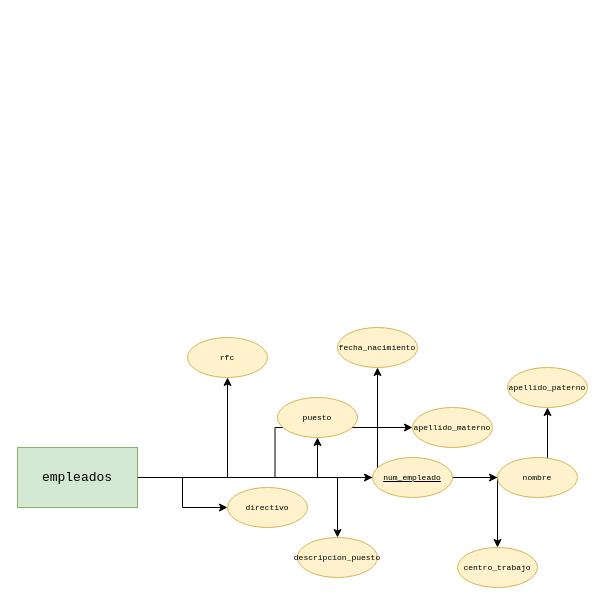
This is LengProgII/uni_db-entidad-relacion.drawio from Godllyra/IDS, a draw.io file, before an edit. Source tidied: cells renumbered, new cells numbered last; positions are measured from the earlier drawing's top-left corner, leaving out a move shared by most shapes. Both pictures are drawn from the tidied source at 100%, with x=0, y=0 at pixel (17, 327).
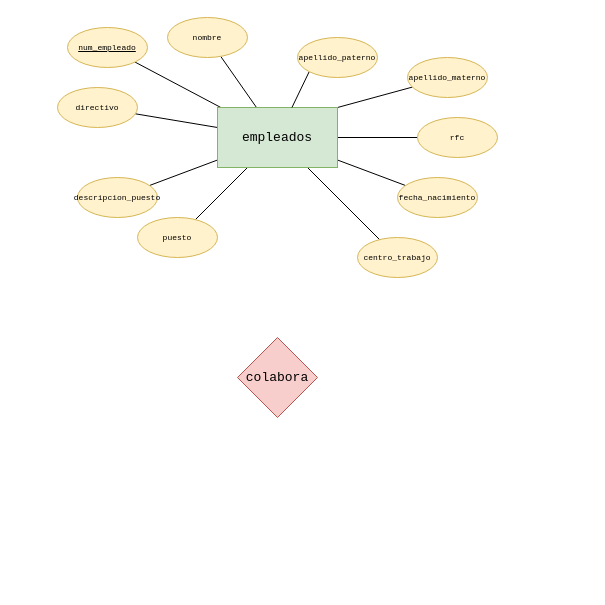
After the change.

Change to the diagram source:
```diff
@@
-    <mxCell id="2" style="edgeStyle=orthogonalEdgeStyle;rounded=0;jettySize=auto;html=1;" parent="1" edge="1" source="12" target="13">
+    <mxCell id="2" style="rounded=0;jettySize=auto;html=1;endArrow=none;endFill=0;" parent="1" edge="1" source="12" target="13">
       <mxGeometry relative="1" as="geometry" />
     </mxCell>
-    <mxCell id="3" style="edgeStyle=orthogonalEdgeStyle;rounded=0;jettySize=auto;html=1;" parent="1" edge="1" source="12" target="14">
+    <mxCell id="3" style="rounded=0;jettySize=auto;html=1;endArrow=none;endFill=0;" parent="1" edge="1" source="12" target="14">
       <mxGeometry relative="1" as="geometry" />
     </mxCell>
-    <mxCell id="4" style="edgeStyle=orthogonalEdgeStyle;rounded=0;jettySize=auto;html=1;" parent="1" edge="1" source="12" target="16">
+    <mxCell id="4" style="rounded=0;jettySize=auto;html=1;endArrow=none;endFill=0;" parent="1" edge="1" source="12" target="16">
       <mxGeometry relative="1" as="geometry" />
     </mxCell>
-    <mxCell id="5" style="edgeStyle=orthogonalEdgeStyle;rounded=0;jettySize=auto;html=1;" parent="1" edge="1" source="12" target="18">
+    <mxCell id="5" style="rounded=0;jettySize=auto;html=1;endArrow=none;endFill=0;" parent="1" edge="1" source="12" target="18">
       <mxGeometry relative="1" as="geometry" />
     </mxCell>
-    <mxCell id="6" style="edgeStyle=orthogonalEdgeStyle;rounded=0;jettySize=auto;html=1;" parent="1" edge="1" source="12" target="15">
+    <mxCell id="6" style="rounded=0;jettySize=auto;html=1;endArrow=none;endFill=0;" parent="1" edge="1" source="12" target="15">
       <mxGeometry relative="1" as="geometry" />
     </mxCell>
-    <mxCell id="7" style="edgeStyle=orthogonalEdgeStyle;rounded=0;jettySize=auto;html=1;" parent="1" edge="1" source="12" target="19">
-      <mxGeometry relative="1" as="geometry" />
-    </mxCell>
-    <mxCell id="8" style="edgeStyle=orthogonalEdgeStyle;rounded=0;jettySize=auto;html=1;" parent="1" edge="1" source="12" target="22">
+    <mxCell id="8" style="rounded=0;jettySize=auto;html=1;endArrow=none;endFill=0;" parent="1" edge="1" source="12" target="22">
       <mxGeometry relative="1" as="geometry" />
     </mxCell>
-    <mxCell id="9" style="edgeStyle=orthogonalEdgeStyle;rounded=0;jettySize=auto;html=1;" parent="1" edge="1" source="12" target="21">
+    <mxCell id="9" style="rounded=0;jettySize=auto;html=1;endArrow=none;endFill=0;" parent="1" edge="1" source="12" target="21">
       <mxGeometry relative="1" as="geometry" />
     </mxCell>
-    <mxCell id="10" style="edgeStyle=orthogonalEdgeStyle;rounded=0;jettySize=auto;html=1;" parent="1" edge="1" source="12" target="17">
+    <mxCell id="10" style="rounded=0;jettySize=auto;html=1;endArrow=none;endFill=0;" parent="1" edge="1" source="12" target="17">
       <mxGeometry relative="1" as="geometry" />
     </mxCell>
-    <mxCell id="11" style="edgeStyle=orthogonalEdgeStyle;rounded=0;jettySize=auto;html=1;" parent="1" edge="1" source="12" target="20">
-      <mxGeometry relative="1" as="geometry" />
-    </mxCell>
+    <mxCell id="7" style="rounded=0;jettySize=auto;html=1;exitX=1;exitY=0;exitDx=0;exitDy=0;endArrow=none;endFill=0;" parent="1" edge="1" source="12" target="19">
+      <mxGeometry relative="1" as="geometry" />
+    </mxCell>
     <mxCell id="12" value="&lt;span style=&quot;font-family: monospace; font-size: 13px;&quot;&gt;&lt;span style=&quot;color: rgb(0, 0, 0); font-size: 13px;&quot;&gt;empleados&lt;/span&gt;&lt;br style=&quot;font-size: 13px;&quot;&gt;&lt;/span&gt;" style="rounded=0;whiteSpace=wrap;html=1;fillColor=#d5e8d4;strokeColor=#82b366;fontSize=13;labelBackgroundColor=none;" parent="1" vertex="1">
-      <mxGeometry y="120" width="120" height="60" as="geometry" />
+      <mxGeometry x="200" y="-220" width="120" height="60" as="geometry" />
     </mxCell>
     <mxCell id="13" value="&lt;span style=&quot;font-family: monospace; font-size: 8px;&quot;&gt;&lt;span style=&quot;color: rgb(0, 0, 0); font-size: 8px;&quot;&gt;rfc&lt;/span&gt;&lt;br style=&quot;font-size: 8px;&quot;&gt;&lt;/span&gt;" style="ellipse;whiteSpace=wrap;html=1;fillColor=#fff2cc;strokeColor=#d6b656;fontSize=8;labelBackgroundColor=none;" parent="1" vertex="1">
-      <mxGeometry x="170" y="10" width="80" height="40" as="geometry" />
+      <mxGeometry x="400" y="-210" width="80" height="40" as="geometry" />
     </mxCell>
     <mxCell id="14" value="&lt;span style=&quot;font-family: monospace; font-size: 8px;&quot;&gt;&lt;span style=&quot;color: rgb(0, 0, 0); font-size: 8px;&quot;&gt;directivo&lt;/span&gt;&lt;br style=&quot;font-size: 8px;&quot;&gt;&lt;/span&gt;" style="ellipse;whiteSpace=wrap;html=1;fillColor=#fff2cc;strokeColor=#d6b656;fontSize=8;labelBackgroundColor=none;" parent="1" vertex="1">
-      <mxGeometry x="210" y="160" width="80" height="40" as="geometry" />
+      <mxGeometry x="40" y="-240" width="80" height="40" as="geometry" />
     </mxCell>
     <mxCell id="15" value="&lt;span style=&quot;font-family: monospace; font-size: 8px;&quot;&gt;&lt;span style=&quot;color: rgb(0, 0, 0); font-size: 8px;&quot;&gt;descripcion_puesto&lt;/span&gt;&lt;br style=&quot;font-size: 8px;&quot;&gt;&lt;/span&gt;" style="ellipse;whiteSpace=wrap;html=1;fillColor=#fff2cc;strokeColor=#d6b656;fontSize=8;labelBackgroundColor=none;" parent="1" vertex="1">
-      <mxGeometry x="280" y="210" width="80" height="40" as="geometry" />
+      <mxGeometry x="60" y="-150" width="80" height="40" as="geometry" />
     </mxCell>
     <mxCell id="16" value="&lt;span style=&quot;font-family: monospace; font-size: 8px;&quot;&gt;&lt;span style=&quot;color: rgb(0, 0, 0); font-size: 8px;&quot;&gt;puesto&lt;/span&gt;&lt;br style=&quot;font-size: 8px;&quot;&gt;&lt;/span&gt;" style="ellipse;whiteSpace=wrap;html=1;fillColor=#fff2cc;strokeColor=#d6b656;fontSize=8;labelBackgroundColor=none;" parent="1" vertex="1">
-      <mxGeometry x="260" y="70" width="80" height="40" as="geometry" />
+      <mxGeometry x="120" y="-110" width="80" height="40" as="geometry" />
     </mxCell>
     <mxCell id="17" value="&lt;span style=&quot;font-family: monospace; font-size: 8px;&quot;&gt;&lt;span style=&quot;color: rgb(0, 0, 0); font-size: 8px;&quot;&gt;centro_trabajo&lt;/span&gt;&lt;br style=&quot;font-size: 8px;&quot;&gt;&lt;/span&gt;" style="ellipse;whiteSpace=wrap;html=1;fillColor=#fff2cc;strokeColor=#d6b656;fontSize=8;labelBackgroundColor=none;" parent="1" vertex="1">
-      <mxGeometry x="440" y="220" width="80" height="40" as="geometry" />
+      <mxGeometry x="340" y="-90" width="80" height="40" as="geometry" />
     </mxCell>
     <mxCell id="18" value="&lt;span style=&quot;font-family: monospace; font-size: 8px;&quot;&gt;&lt;span style=&quot;color: rgb(0, 0, 0); font-size: 8px;&quot;&gt;fecha_nacimiento&lt;/span&gt;&lt;br style=&quot;font-size: 8px;&quot;&gt;&lt;/span&gt;" style="ellipse;whiteSpace=wrap;html=1;fillColor=#fff2cc;strokeColor=#d6b656;fontSize=8;labelBackgroundColor=none;" parent="1" vertex="1">
-      <mxGeometry x="320" width="80" height="40" as="geometry" />
+      <mxGeometry x="380" y="-150" width="80" height="40" as="geometry" />
     </mxCell>
-    <mxCell id="19" value="&lt;span style=&quot;font-family: monospace; font-size: 8px;&quot;&gt;&lt;span style=&quot;color: rgb(0, 0, 0); font-size: 8px;&quot;&gt;apellido_materno&lt;/span&gt;&lt;br style=&quot;font-size: 8px;&quot;&gt;&lt;/span&gt;" style="ellipse;whiteSpace=wrap;html=1;fillColor=#fff2cc;strokeColor=#d6b656;fontSize=8;labelBackgroundColor=none;" parent="1" vertex="1">
-      <mxGeometry x="395" y="80" width="80" height="40" as="geometry" />
-    </mxCell>
+    <mxCell id="23" style="rounded=0;jettySize=auto;html=1;exitX=0;exitY=1;exitDx=0;exitDy=0;endArrow=none;endFill=0;" parent="1" edge="1" source="20" target="12">
+      <mxGeometry relative="1" as="geometry" />
+    </mxCell>
     <mxCell id="20" value="&lt;span style=&quot;font-family: monospace; font-size: 8px;&quot;&gt;&lt;span style=&quot;color: rgb(0, 0, 0); font-size: 8px;&quot;&gt;apellido_paterno&lt;/span&gt;&lt;br style=&quot;font-size: 8px;&quot;&gt;&lt;/span&gt;" style="ellipse;whiteSpace=wrap;html=1;fillColor=#fff2cc;strokeColor=#d6b656;fontSize=8;labelBackgroundColor=none;" parent="1" vertex="1">
-      <mxGeometry x="490" y="40" width="80" height="40" as="geometry" />
+      <mxGeometry x="280" y="-290" width="80" height="40" as="geometry" />
     </mxCell>
     <mxCell id="21" value="&lt;span style=&quot;font-family: monospace; font-size: 8px;&quot;&gt;&lt;span style=&quot;color: rgb(0, 0, 0); font-size: 8px;&quot;&gt;nombre&lt;/span&gt;&lt;br style=&quot;font-size: 8px;&quot;&gt;&lt;/span&gt;" style="ellipse;whiteSpace=wrap;html=1;fillColor=#fff2cc;strokeColor=#d6b656;fontSize=8;labelBackgroundColor=none;" parent="1" vertex="1">
-      <mxGeometry x="480" y="130" width="80" height="40" as="geometry" />
+      <mxGeometry x="150" y="-310" width="80" height="40" as="geometry" />
     </mxCell>
     <mxCell id="22" value="&lt;u&gt;&lt;span style=&quot;font-family: monospace; font-size: 8px;&quot;&gt;&lt;span style=&quot;color: rgb(0, 0, 0); font-size: 8px;&quot;&gt;num_empleado&lt;/span&gt;&lt;br style=&quot;font-size: 8px;&quot;&gt;&lt;/span&gt;&lt;/u&gt;" style="ellipse;whiteSpace=wrap;html=1;fillColor=#fff2cc;strokeColor=#d6b656;fontSize=8;labelBackgroundColor=none;" parent="1" vertex="1">
-      <mxGeometry x="355" y="130" width="80" height="40" as="geometry" />
+      <mxGeometry x="50" y="-300" width="80" height="40" as="geometry" />
     </mxCell>
+    <mxCell id="19" value="&lt;span style=&quot;font-family: monospace; font-size: 8px;&quot;&gt;&lt;span style=&quot;color: rgb(0, 0, 0); font-size: 8px;&quot;&gt;apellido_materno&lt;/span&gt;&lt;br style=&quot;font-size: 8px;&quot;&gt;&lt;/span&gt;" style="ellipse;whiteSpace=wrap;html=1;fillColor=#fff2cc;strokeColor=#d6b656;fontSize=8;labelBackgroundColor=none;" parent="1" vertex="1">
+      <mxGeometry x="390" y="-270" width="80" height="40" as="geometry" />
+    </mxCell>
+    <mxCell id="24" value="&lt;span style=&quot;font-family: monospace; font-size: 13px;&quot;&gt;&lt;span style=&quot;color: rgb(0, 0, 0); font-size: 13px;&quot;&gt;colabora&lt;/span&gt;&lt;br style=&quot;font-size: 13px;&quot;&gt;&lt;/span&gt;" style="rhombus;whiteSpace=wrap;html=1;fillColor=#f8cecc;strokeColor=#b85450;labelBackgroundColor=none;fontSize=13;" parent="1" vertex="1">
+      <mxGeometry x="220" y="10" width="80" height="80" as="geometry" />
+    </mxCell>
```
